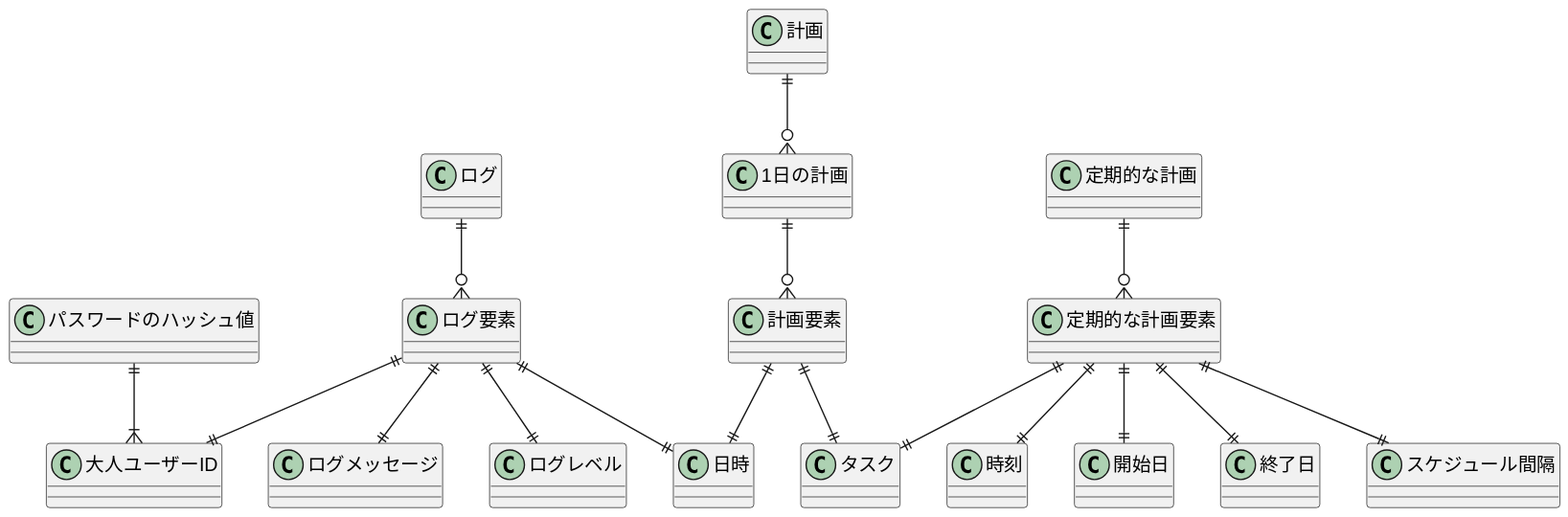
This is out/docs/er/erd.svg from kusa-mochi/kids-home-base, a PlantUML export, as it was before one commit.
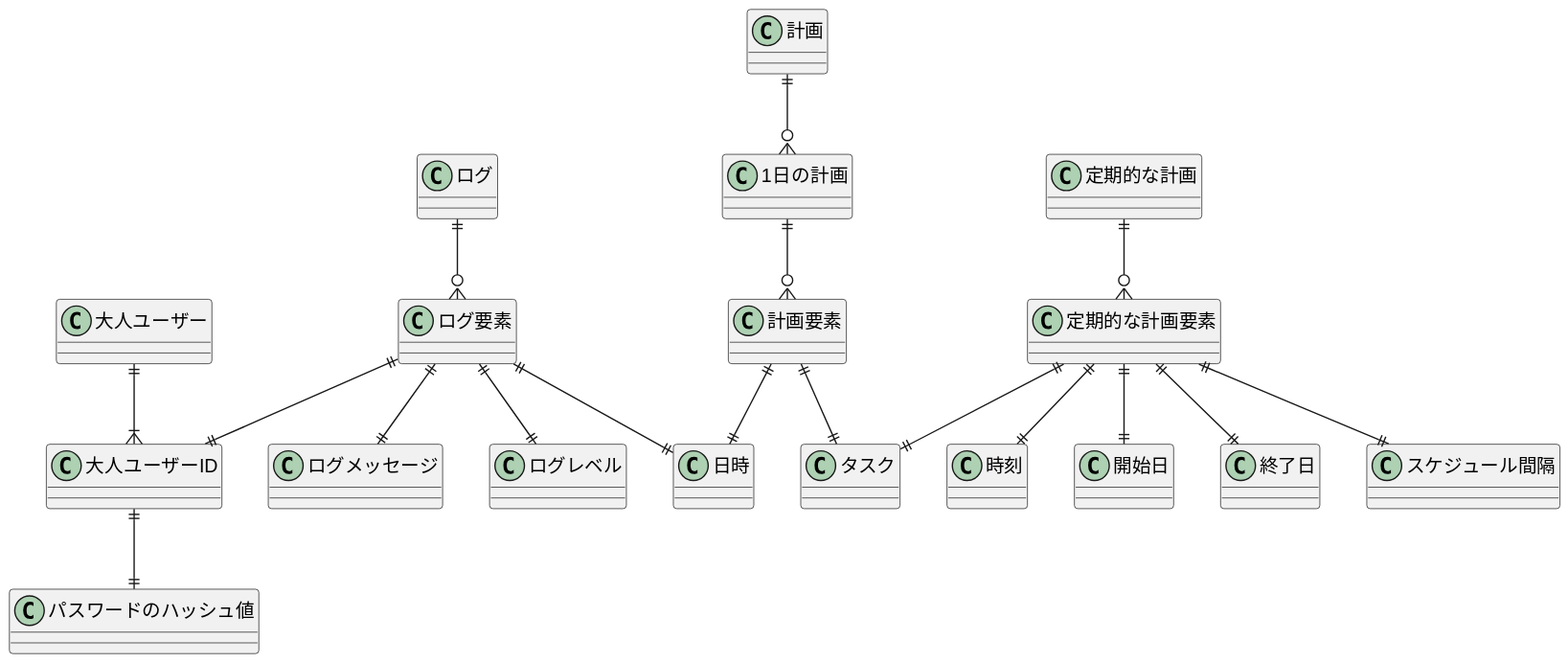
Later version of the same file.

The edit, as a diff of the source:
```diff
@@ -9,7 +9,8 @@
 定期的な計画要素 ||--|| 開始日
 定期的な計画要素 ||--|| 終了日
 定期的な計画要素 ||--|| タスク
-パスワードのハッシュ値 ||--|{ 大人ユーザーID
+大人ユーザー ||--|{ 大人ユーザーID
+大人ユーザーID ||--|| パスワードのハッシュ値
 ログ ||--o{ ログ要素
 ログ要素 ||--|| 日時
 ログ要素 ||--|| ログレベル
```
